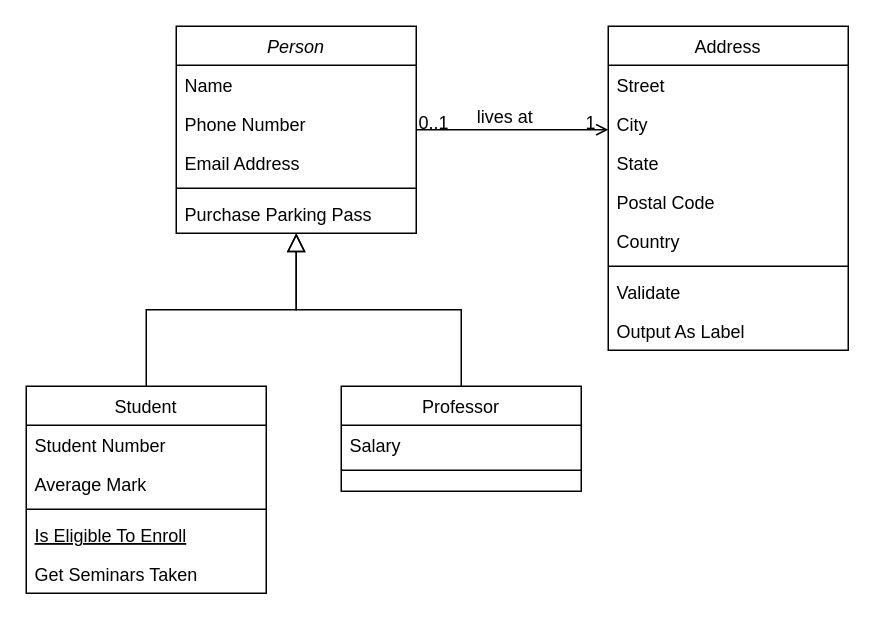
viktorashi/idk keeps this draw.io diagram as Untitled Diagram.drawio. Above is the earlier version. Source tidied: cells renumbered, new cells numbered last; positions are measured from the earlier drawing's top-left corner, leaving out a move shared by most shapes. Both pictures are drawn from the tidied source at 150%, with x=0, y=0 at pixel (26, 26).
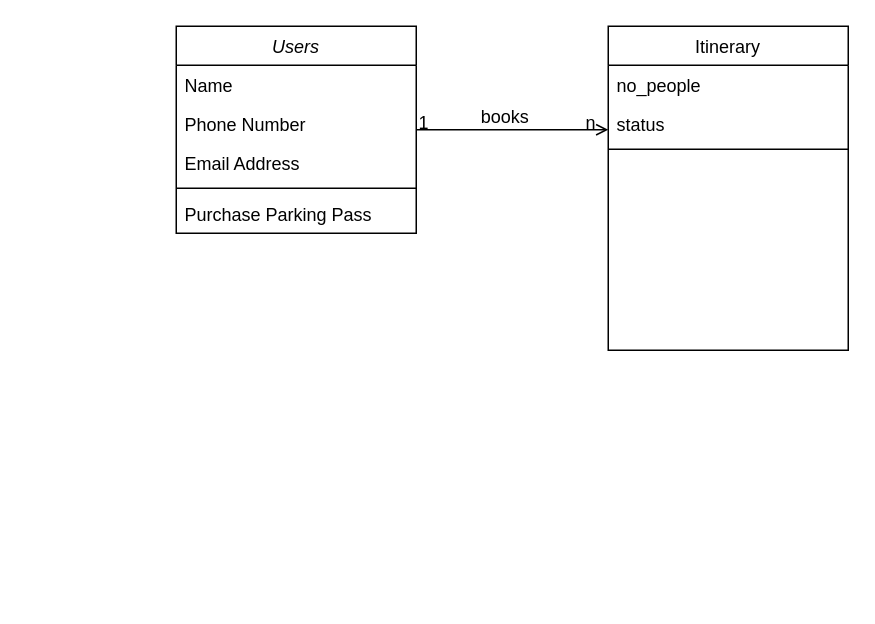
Above is the later version.

The change refers to these unchanged cells:
```xml
<mxCell id="28" style="endArrow=open;shadow=0;strokeWidth=1;rounded=0;curved=0;endFill=1;edgeStyle=elbowEdgeStyle;elbow=vertical;" parent="1" edge="1" source="2" target="19">
  <mxGeometry x="0.5" y="41" relative="1" as="geometry">
    <mxPoint x="-40" y="32" as="offset" />
  </mxGeometry>
</mxCell>
```

What changed in the source:
```diff
@@
-    <mxCell id="2" value="Person" style="swimlane;fontStyle=2;align=center;verticalAlign=top;horizontal=1;startSize=26;rounded=0;shadow=0;strokeWidth=1;" parent="1" vertex="1">
+    <mxCell id="2" value="Users" style="swimlane;fontStyle=2;align=center;verticalAlign=top;horizontal=1;startSize=26;rounded=0;shadow=0;strokeWidth=1;" parent="1" vertex="1">
       <mxGeometry x="100" width="160" height="138" as="geometry" />
     </mxCell>
@@
-    <mxCell id="8" value="Student" style="swimlane;fontStyle=0;align=center;verticalAlign=top;horizontal=1;startSize=26;rounded=0;shadow=0;strokeWidth=1;" parent="1" vertex="1">
-      <mxGeometry y="240" width="160" height="138" as="geometry" />
-    </mxCell>
-    <mxCell id="9" value="Student Number" style="text;align=left;verticalAlign=top;spacingLeft=4;spacingRight=4;overflow=hidden;" parent="8" vertex="1">
-      <mxGeometry y="26" width="160" height="26" as="geometry" />
-    </mxCell>
-    <mxCell id="10" value="Average Mark" style="text;align=left;verticalAlign=top;spacingLeft=4;spacingRight=4;overflow=hidden;rounded=0;shadow=0;html=0;" parent="8" vertex="1">
-      <mxGeometry y="52" width="160" height="26" as="geometry" />
-    </mxCell>
-    <mxCell id="11" style="line;html=1;strokeWidth=1;align=left;verticalAlign=middle;spacingTop=-1;spacingLeft=3;spacingRight=3;labelPosition=right;" parent="8" vertex="1">
-      <mxGeometry y="78" width="160" height="8" as="geometry" />
-    </mxCell>
-    <mxCell id="12" value="Is Eligible To Enroll" style="text;align=left;verticalAlign=top;spacingLeft=4;spacingRight=4;overflow=hidden;fontStyle=4;" parent="8" vertex="1">
-      <mxGeometry y="86" width="160" height="26" as="geometry" />
-    </mxCell>
-    <mxCell id="13" value="Get Seminars Taken" style="text;align=left;verticalAlign=top;spacingLeft=4;spacingRight=4;overflow=hidden;" parent="8" vertex="1">
-      <mxGeometry y="112" width="160" height="26" as="geometry" />
-    </mxCell>
-    <mxCell id="14" style="endArrow=block;endSize=10;endFill=0;shadow=0;strokeWidth=1;rounded=0;curved=0;edgeStyle=elbowEdgeStyle;elbow=vertical;" parent="1" edge="1" source="8" target="2">
-      <mxGeometry relative="1" as="geometry" />
-    </mxCell>
-    <mxCell id="15" value="Professor" style="swimlane;fontStyle=0;align=center;verticalAlign=top;horizontal=1;startSize=26;rounded=0;shadow=0;strokeWidth=1;" parent="1" vertex="1">
-      <mxGeometry x="210" y="240" width="160" height="70" as="geometry" />
-    </mxCell>
-    <mxCell id="16" value="Salary" style="text;align=left;verticalAlign=top;spacingLeft=4;spacingRight=4;overflow=hidden;" parent="15" vertex="1">
-      <mxGeometry y="26" width="160" height="26" as="geometry" />
-    </mxCell>
-    <mxCell id="17" style="line;html=1;strokeWidth=1;align=left;verticalAlign=middle;spacingTop=-1;spacingLeft=3;spacingRight=3;labelPosition=right;" parent="15" vertex="1">
-      <mxGeometry y="52" width="160" height="8" as="geometry" />
-    </mxCell>
-    <mxCell id="18" style="endArrow=block;endSize=10;endFill=0;shadow=0;strokeWidth=1;rounded=0;curved=0;edgeStyle=elbowEdgeStyle;elbow=vertical;" parent="1" edge="1" source="15" target="2">
-      <mxGeometry relative="1" as="geometry" />
-    </mxCell>
-    <mxCell id="19" value="Address" style="swimlane;fontStyle=0;align=center;verticalAlign=top;horizontal=1;startSize=26;rounded=0;shadow=0;strokeWidth=1;" parent="1" vertex="1">
+    <mxCell id="19" value="Itinerary" style="swimlane;fontStyle=0;align=center;verticalAlign=top;horizontal=1;startSize=26;rounded=0;shadow=0;strokeWidth=1;" parent="1" vertex="1">
       <mxGeometry x="388" width="160" height="216" as="geometry" />
     </mxCell>
-    <mxCell id="20" value="Street" style="text;align=left;verticalAlign=top;spacingLeft=4;spacingRight=4;overflow=hidden;" parent="19" vertex="1">
+    <mxCell id="20" value="no_people" style="text;align=left;verticalAlign=top;spacingLeft=4;spacingRight=4;overflow=hidden;" parent="19" vertex="1">
       <mxGeometry y="26" width="160" height="26" as="geometry" />
     </mxCell>
-    <mxCell id="21" value="City" style="text;align=left;verticalAlign=top;spacingLeft=4;spacingRight=4;overflow=hidden;rounded=0;shadow=0;html=0;" parent="19" vertex="1">
+    <mxCell id="21" value="status" style="text;align=left;verticalAlign=top;spacingLeft=4;spacingRight=4;overflow=hidden;rounded=0;shadow=0;html=0;" parent="19" vertex="1">
       <mxGeometry y="52" width="160" height="26" as="geometry" />
     </mxCell>
-    <mxCell id="22" value="State" style="text;align=left;verticalAlign=top;spacingLeft=4;spacingRight=4;overflow=hidden;rounded=0;shadow=0;html=0;" parent="19" vertex="1">
-      <mxGeometry y="78" width="160" height="26" as="geometry" />
-    </mxCell>
-    <mxCell id="23" value="Postal Code" style="text;align=left;verticalAlign=top;spacingLeft=4;spacingRight=4;overflow=hidden;rounded=0;shadow=0;html=0;" parent="19" vertex="1">
-      <mxGeometry y="104" width="160" height="26" as="geometry" />
-    </mxCell>
-    <mxCell id="24" value="Country" style="text;align=left;verticalAlign=top;spacingLeft=4;spacingRight=4;overflow=hidden;rounded=0;shadow=0;html=0;" parent="19" vertex="1">
-      <mxGeometry y="130" width="160" height="26" as="geometry" />
-    </mxCell>
     <mxCell id="25" style="line;html=1;strokeWidth=1;align=left;verticalAlign=middle;spacingTop=-1;spacingLeft=3;spacingRight=3;labelPosition=right;" parent="19" vertex="1">
-      <mxGeometry y="156" width="160" height="8" as="geometry" />
+      <mxGeometry y="78" width="160" height="8" as="geometry" />
     </mxCell>
-    <mxCell id="26" value="Validate" style="text;align=left;verticalAlign=top;spacingLeft=4;spacingRight=4;overflow=hidden;" parent="19" vertex="1">
-      <mxGeometry y="164" width="160" height="26" as="geometry" />
-    </mxCell>
-    <mxCell id="27" value="Output As Label" style="text;align=left;verticalAlign=top;spacingLeft=4;spacingRight=4;overflow=hidden;" parent="19" vertex="1">
-      <mxGeometry y="190" width="160" height="26" as="geometry" />
-    </mxCell>
@@
-    <mxCell id="29" value="0..1" style="align=left;verticalAlign=bottom;labelBackgroundColor=none;fontSize=12;" parent="28" vertex="1">
+    <mxCell id="29" value="1" style="align=left;verticalAlign=bottom;labelBackgroundColor=none;fontSize=12;" parent="28" vertex="1">
       <mxGeometry x="-1" relative="1" as="geometry">
         <mxPoint y="4" as="offset" />
       </mxGeometry>
     </mxCell>
-    <mxCell id="30" value="1" style="align=right;verticalAlign=bottom;labelBackgroundColor=none;fontSize=12;" parent="28" vertex="1">
+    <mxCell id="30" value="n" style="align=right;verticalAlign=bottom;labelBackgroundColor=none;fontSize=12;" parent="28" vertex="1">
       <mxGeometry x="1" relative="1" as="geometry">
         <mxPoint x="-7" y="4" as="offset" />
       </mxGeometry>
     </mxCell>
-    <mxCell id="31" value="lives at" style="text;html=1;align=center;verticalAlign=middle;labelBackgroundColor=none;rounded=0;shadow=0;strokeWidth=1;fontSize=12;" parent="28" vertex="1">
+    <mxCell id="31" value="books" style="text;html=1;align=center;verticalAlign=middle;labelBackgroundColor=none;rounded=0;shadow=0;strokeWidth=1;fontSize=12;" parent="28" vertex="1">
       <mxGeometry x="0.5" y="49" relative="1" as="geometry">
         <mxPoint x="-38" y="40" as="offset" />
       </mxGeometry>
     </mxCell>
```
